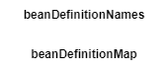
Above: Spring/Spring源码分析.png in wjb0823/drawio (draw.io), before the change. Source tidied: cells renumbered, new cells last; positions are measured from the earlier drawing's top-left corner, leaving out a move shared by most shapes. Its diagram source:
```xml
<mxGraphModel>
  <root>
    <mxCell id="0" />
    <mxCell id="1" parent="0" />
    <mxCell id="2" value="&lt;b&gt;beanDefinitionNames&lt;/b&gt;" style="text;html=1;strokeColor=none;fillColor=none;align=center;verticalAlign=middle;whiteSpace=wrap;rounded=0;" parent="1" vertex="1">
      <mxGeometry width="170" height="30" as="geometry" />
    </mxCell>
    <mxCell id="3" value="&lt;b&gt;beanDefinitionMap&lt;/b&gt;" style="text;html=1;strokeColor=none;fillColor=none;align=center;verticalAlign=middle;whiteSpace=wrap;rounded=0;" parent="1" vertex="1">
      <mxGeometry y="40" width="170" height="30" as="geometry" />
    </mxCell>
  </root>
</mxGraphModel>
```
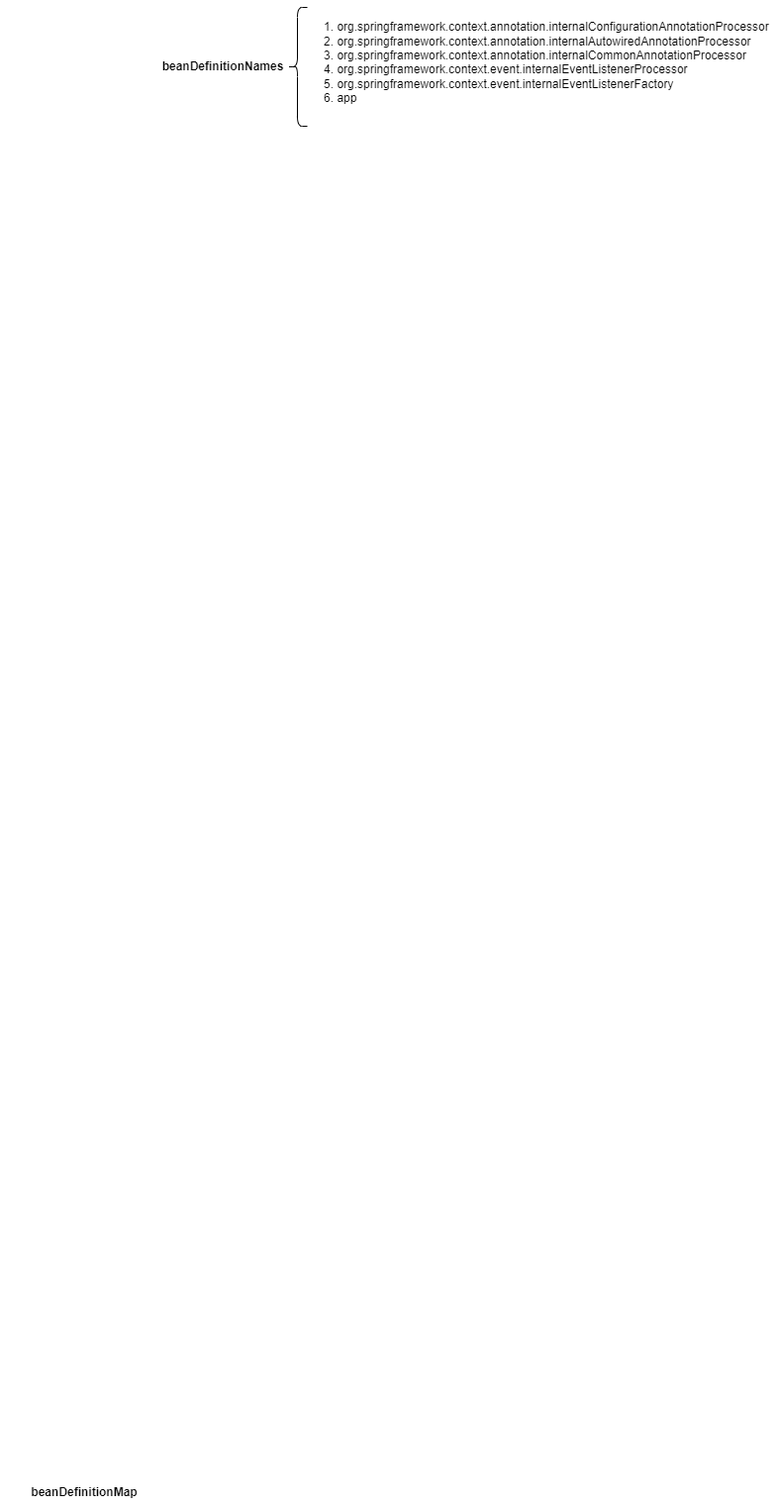
After the commit.

Commit message:
更新Spring源码分析.png

Diff of the diagram source:
```diff
@@ -6,7 +6,13 @@
       <mxGeometry width="170" height="30" as="geometry" />
     </mxCell>
     <mxCell id="3" value="&lt;b&gt;beanDefinitionMap&lt;/b&gt;" style="text;html=1;strokeColor=none;fillColor=none;align=center;verticalAlign=middle;whiteSpace=wrap;rounded=0;" parent="1" vertex="1">
-      <mxGeometry y="40" width="170" height="30" as="geometry" />
+      <mxGeometry x="-140" y="1440" width="170" height="30" as="geometry" />
     </mxCell>
+    <mxCell id="4" style="shape=curlyBracket;whiteSpace=wrap;html=1;rounded=1;labelPosition=left;verticalLabelPosition=middle;align=right;verticalAlign=middle;" parent="1" vertex="1">
+      <mxGeometry x="150" y="-45" width="20" height="120" as="geometry" />
+    </mxCell>
+    <mxCell id="5" value="&lt;div&gt;&lt;ol&gt;&lt;li style=&quot;text-align: left;&quot;&gt;org.springframework.context.annotation.internalConfigurationAnnotationProcessor&lt;/li&gt;&lt;li style=&quot;text-align: left;&quot;&gt;org.springframework.context.annotation.internalAutowiredAnnotationProcessor&lt;/li&gt;&lt;li style=&quot;text-align: left;&quot;&gt;org.springframework.context.annotation.internalCommonAnnotationProcessor&lt;/li&gt;&lt;li style=&quot;text-align: left;&quot;&gt;org.springframework.context.event.internalEventListenerProcessor&lt;/li&gt;&lt;li style=&quot;text-align: left;&quot;&gt;org.springframework.context.event.internalEventListenerFactory&lt;/li&gt;&lt;li style=&quot;text-align: left;&quot;&gt;app&lt;/li&gt;&lt;/ol&gt;&lt;/div&gt;&lt;div&gt;&lt;br&gt;&lt;/div&gt;" style="text;html=1;align=center;verticalAlign=middle;strokeColor=none;fillColor=none;" parent="1" vertex="1">
+      <mxGeometry x="150" y="-52" width="495" height="140" as="geometry" />
+    </mxCell>
   </root>
 </mxGraphModel>
```
